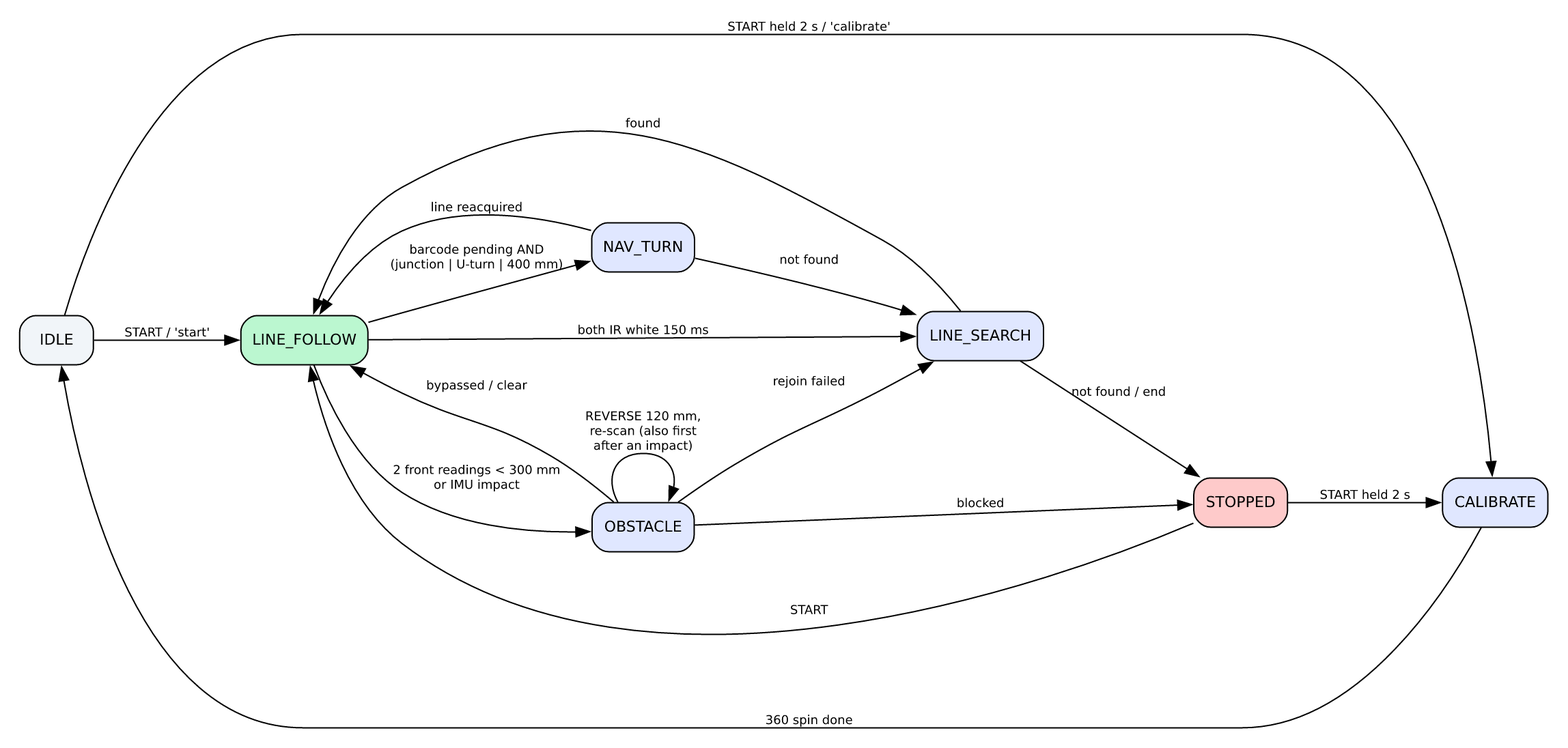
The Graphviz diagram docs/img/states.png in lennoly/INF2004_Grp5, before a commit. Its source is kept beside it as docs/img/states.dot.
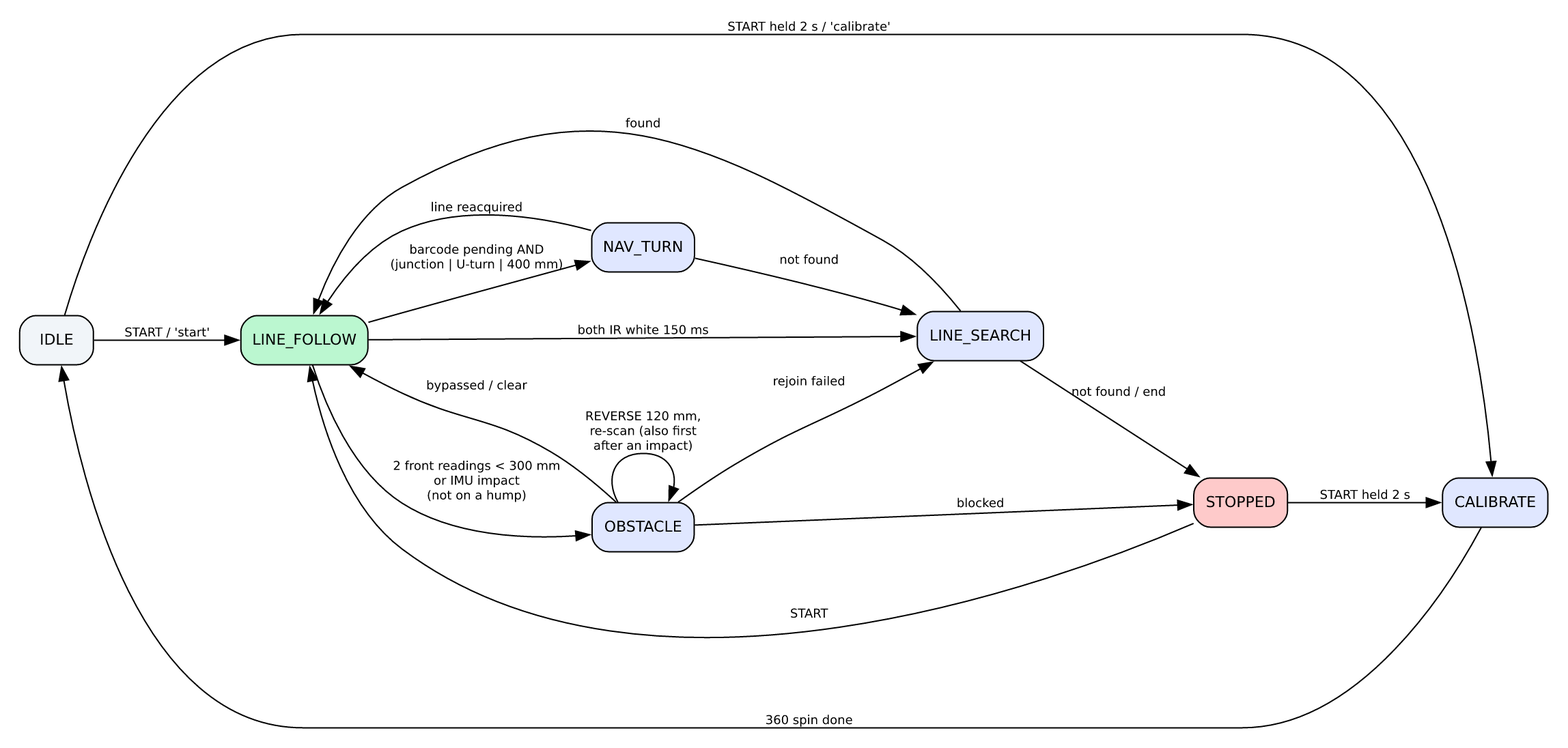
After the commit.

Commit message:
Ignore obstacle triggers while the IMU reports a hump

What changed in the source:
```diff
@@ -8,7 +8,7 @@
   NAV_TURN -> LINE_FOLLOW [label="line reacquired"]; NAV_TURN -> LINE_SEARCH [label="not found"];
   LINE_FOLLOW -> LINE_SEARCH [label="both IR white 150 ms"];
   LINE_SEARCH -> LINE_FOLLOW [label="found"]; LINE_SEARCH -> STOPPED [label="not found / end"];
-  LINE_FOLLOW -> OBSTACLE [label="2 front readings < 300 mm\nor IMU impact"];
+  LINE_FOLLOW -> OBSTACLE [label="2 front readings < 300 mm\nor IMU impact\n(not on a hump)"];
   OBSTACLE -> OBSTACLE [label="REVERSE 120 mm,\nre-scan (also first\nafter an impact)"];
   OBSTACLE -> LINE_FOLLOW [label="bypassed / clear"]; OBSTACLE -> LINE_SEARCH [label="rejoin failed"];
   OBSTACLE -> STOPPED [label="blocked"];
```
